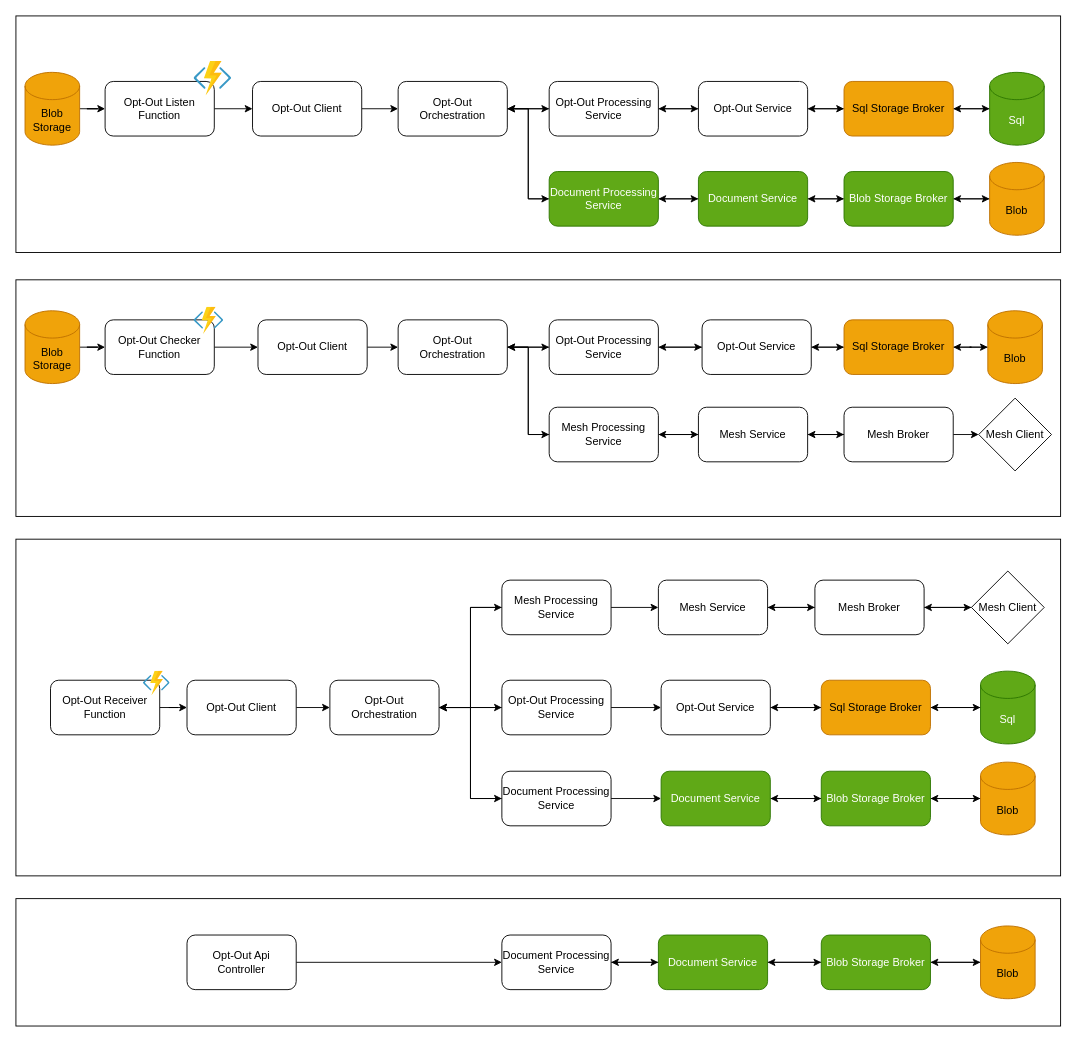
Above: Documentation/Opt-Out/Opt-out.drawio in NHSISL/LondonDataServices (draw.io), before the change. Source tidied: cells renumbered, new cells numbered last; positions are measured from the earlier drawing's top-left corner, leaving out a move shared by most shapes. Both pictures are drawn from the tidied source at 91%, with x=0, y=0 at pixel (15, 15).
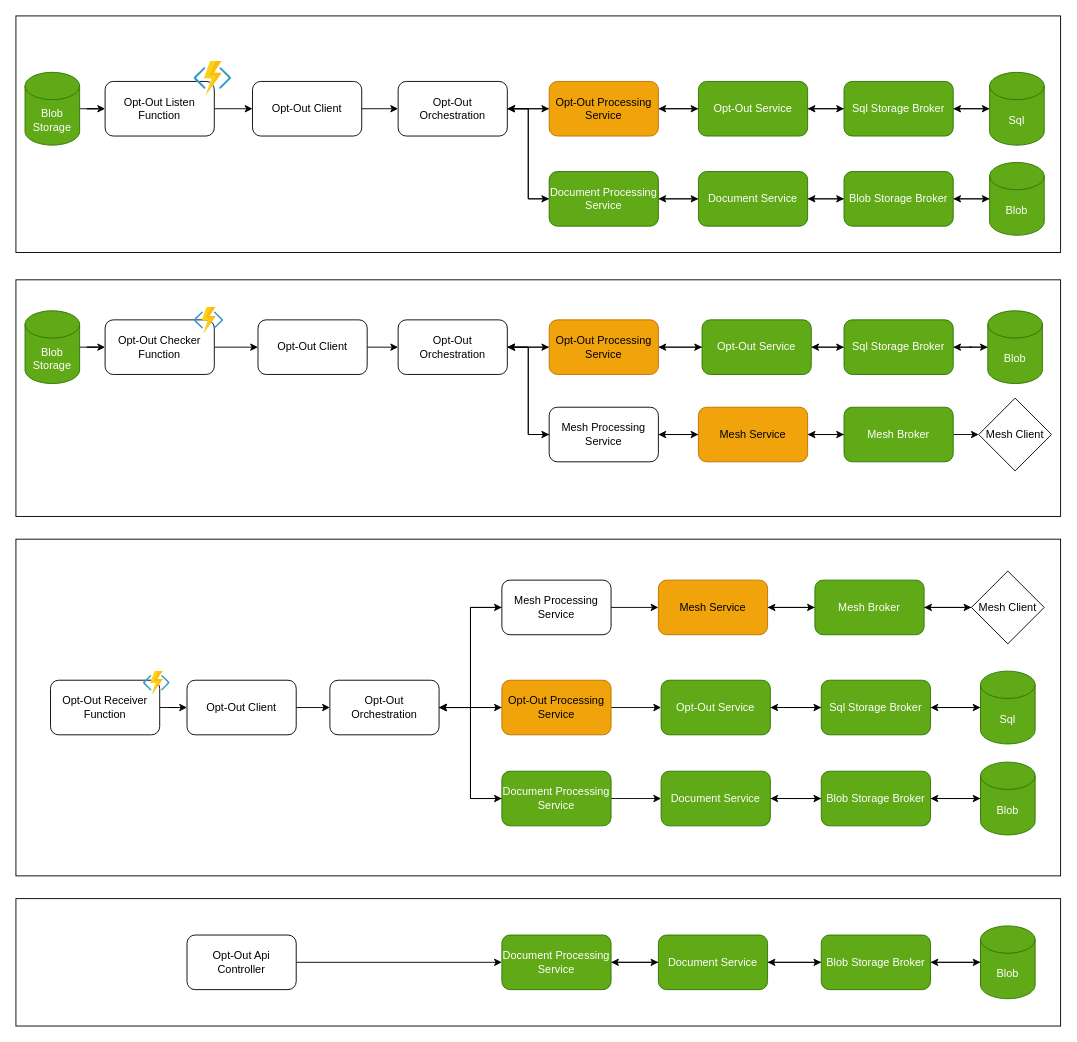
The same page after the edit.

Diff of the diagram source:
```diff
@@
-    <mxCell id="10" value="Blob Storage" style="shape=cylinder3;whiteSpace=wrap;html=1;boundedLbl=1;backgroundOutline=1;size=15;fillColor=#f0a30a;fontColor=#000000;strokeColor=#BD7000;" parent="1" vertex="1">
+    <mxCell id="10" value="Blob Storage" style="shape=cylinder3;whiteSpace=wrap;html=1;boundedLbl=1;backgroundOutline=1;size=15;fillColor=#60a917;fontColor=#ffffff;strokeColor=#2D7600;" parent="1" vertex="1">
       <mxGeometry x="10" y="62" width="60" height="80" as="geometry" />
     </mxCell>
@@
-    <mxCell id="22" value="Mesh Service" style="rounded=1;whiteSpace=wrap;html=1;" parent="1" vertex="1">
+    <mxCell id="22" value="Mesh Service" style="rounded=1;whiteSpace=wrap;html=1;fillColor=#f0a30a;fontColor=#000000;strokeColor=#BD7000;" parent="1" vertex="1">
       <mxGeometry x="706" y="620" width="120" height="60" as="geometry" />
     </mxCell>
@@
-    <mxCell id="25" value="Mesh Broker" style="rounded=1;whiteSpace=wrap;html=1;" parent="1" vertex="1">
+    <mxCell id="25" value="Mesh Broker" style="rounded=1;whiteSpace=wrap;html=1;fillColor=#60a917;fontColor=#ffffff;strokeColor=#2D7600;" parent="1" vertex="1">
       <mxGeometry x="878" y="620" width="120" height="60" as="geometry" />
     </mxCell>
@@
-    <mxCell id="30" value="Opt-Out Service" style="rounded=1;whiteSpace=wrap;html=1;" parent="1" vertex="1">
+    <mxCell id="30" value="Opt-Out Service" style="rounded=1;whiteSpace=wrap;html=1;fillColor=#60a917;fontColor=#ffffff;strokeColor=#2D7600;" parent="1" vertex="1">
       <mxGeometry x="750" y="72" width="120" height="60" as="geometry" />
     </mxCell>
@@
-    <mxCell id="33" value="Sql Storage Broker" style="rounded=1;whiteSpace=wrap;html=1;fillColor=#f0a30a;fontColor=#000000;strokeColor=#BD7000;" parent="1" vertex="1">
+    <mxCell id="33" value="Sql Storage Broker" style="rounded=1;whiteSpace=wrap;html=1;fillColor=#60a917;fontColor=#ffffff;strokeColor=#2D7600;" parent="1" vertex="1">
       <mxGeometry x="910" y="72" width="120" height="60" as="geometry" />
     </mxCell>
@@
-    <mxCell id="37" value="Opt-Out Service" style="rounded=1;whiteSpace=wrap;html=1;" parent="1" vertex="1">
+    <mxCell id="37" value="Opt-Out Service" style="rounded=1;whiteSpace=wrap;html=1;fillColor=#60a917;fontColor=#ffffff;strokeColor=#2D7600;" parent="1" vertex="1">
       <mxGeometry x="709" y="730" width="120" height="60" as="geometry" />
     </mxCell>
@@
-    <mxCell id="40" value="Sql Storage Broker" style="rounded=1;whiteSpace=wrap;html=1;fillColor=#f0a30a;fontColor=#000000;strokeColor=#BD7000;" parent="1" vertex="1">
+    <mxCell id="40" value="Sql Storage Broker" style="rounded=1;whiteSpace=wrap;html=1;fillColor=#60a917;fontColor=#ffffff;strokeColor=#2D7600;" parent="1" vertex="1">
       <mxGeometry x="885" y="730" width="120" height="60" as="geometry" />
     </mxCell>
@@
-    <mxCell id="49" value="Blob" style="shape=cylinder3;whiteSpace=wrap;html=1;boundedLbl=1;backgroundOutline=1;size=15;fillColor=#f0a30a;fontColor=#000000;strokeColor=#BD7000;" parent="1" vertex="1">
+    <mxCell id="49" value="Blob" style="shape=cylinder3;whiteSpace=wrap;html=1;boundedLbl=1;backgroundOutline=1;size=15;fillColor=#60a917;fontColor=#ffffff;strokeColor=#2D7600;" parent="1" vertex="1">
       <mxGeometry x="1060" y="820" width="60" height="80" as="geometry" />
     </mxCell>
@@
-    <mxCell id="57" value="Blob" style="shape=cylinder3;whiteSpace=wrap;html=1;boundedLbl=1;backgroundOutline=1;size=15;fillColor=#f0a30a;fontColor=#000000;strokeColor=#BD7000;" parent="1" vertex="1">
+    <mxCell id="57" value="Blob" style="shape=cylinder3;whiteSpace=wrap;html=1;boundedLbl=1;backgroundOutline=1;size=15;fillColor=#60a917;fontColor=#ffffff;strokeColor=#2D7600;" parent="1" vertex="1">
       <mxGeometry x="1060" y="1000" width="60" height="80" as="geometry" />
     </mxCell>
@@
-    <mxCell id="62" value="Opt-Out Processing Service" style="rounded=1;whiteSpace=wrap;html=1;" parent="1" vertex="1">
+    <mxCell id="62" value="Opt-Out Processing Service" style="rounded=1;whiteSpace=wrap;html=1;fillColor=#f0a30a;fontColor=#000000;strokeColor=#BD7000;" parent="1" vertex="1">
       <mxGeometry x="586" y="72" width="120" height="60" as="geometry" />
     </mxCell>
@@
-    <mxCell id="65" value="Mesh Service" style="rounded=1;whiteSpace=wrap;html=1;" parent="1" vertex="1">
+    <mxCell id="65" value="Mesh Service" style="rounded=1;whiteSpace=wrap;html=1;fillColor=#f0a30a;fontColor=#000000;strokeColor=#BD7000;" parent="1" vertex="1">
       <mxGeometry x="750" y="430" width="120" height="60" as="geometry" />
     </mxCell>
@@
-    <mxCell id="68" value="Mesh Broker" style="rounded=1;whiteSpace=wrap;html=1;" parent="1" vertex="1">
+    <mxCell id="68" value="Mesh Broker" style="rounded=1;whiteSpace=wrap;html=1;fillColor=#60a917;fontColor=#ffffff;strokeColor=#2D7600;" parent="1" vertex="1">
       <mxGeometry x="910" y="430" width="120" height="60" as="geometry" />
     </mxCell>
@@
-    <mxCell id="82" value="Blob" style="shape=cylinder3;whiteSpace=wrap;html=1;boundedLbl=1;backgroundOutline=1;size=15;fillColor=#f0a30a;fontColor=#000000;strokeColor=#BD7000;" parent="1" vertex="1">
+    <mxCell id="82" value="Blob" style="shape=cylinder3;whiteSpace=wrap;html=1;boundedLbl=1;backgroundOutline=1;size=15;fillColor=#60a917;fontColor=#ffffff;strokeColor=#2D7600;" parent="1" vertex="1">
       <mxGeometry x="1070" y="161" width="60" height="80" as="geometry" />
     </mxCell>
@@
-    <mxCell id="87" value="Blob Storage" style="shape=cylinder3;whiteSpace=wrap;html=1;boundedLbl=1;backgroundOutline=1;size=15;fillColor=#f0a30a;fontColor=#000000;strokeColor=#BD7000;" parent="1" vertex="1">
+    <mxCell id="87" value="Blob Storage" style="shape=cylinder3;whiteSpace=wrap;html=1;boundedLbl=1;backgroundOutline=1;size=15;fillColor=#60a917;fontColor=#ffffff;strokeColor=#2D7600;" parent="1" vertex="1">
       <mxGeometry x="10" y="324" width="60" height="80" as="geometry" />
     </mxCell>
@@
-    <mxCell id="93" value="Opt-Out Service" style="rounded=1;whiteSpace=wrap;html=1;" parent="1" vertex="1">
+    <mxCell id="93" value="Opt-Out Service" style="rounded=1;whiteSpace=wrap;html=1;fillColor=#60a917;fontColor=#ffffff;strokeColor=#2D7600;" parent="1" vertex="1">
       <mxGeometry x="754" y="334" width="120" height="60" as="geometry" />
     </mxCell>
@@
-    <mxCell id="96" value="Sql Storage Broker" style="rounded=1;whiteSpace=wrap;html=1;fillColor=#f0a30a;fontColor=#000000;strokeColor=#BD7000;" parent="1" vertex="1">
+    <mxCell id="96" value="Sql Storage Broker" style="rounded=1;whiteSpace=wrap;html=1;fillColor=#60a917;fontColor=#ffffff;strokeColor=#2D7600;" parent="1" vertex="1">
       <mxGeometry x="910" y="334" width="120" height="60" as="geometry" />
     </mxCell>
@@
-    <mxCell id="98" value="Blob" style="shape=cylinder3;whiteSpace=wrap;html=1;boundedLbl=1;backgroundOutline=1;size=15;fillColor=#f0a30a;fontColor=#000000;strokeColor=#BD7000;" parent="1" vertex="1">
+    <mxCell id="98" value="Blob" style="shape=cylinder3;whiteSpace=wrap;html=1;boundedLbl=1;backgroundOutline=1;size=15;fillColor=#60a917;fontColor=#ffffff;strokeColor=#2D7600;" parent="1" vertex="1">
       <mxGeometry x="1068" y="324" width="60" height="80" as="geometry" />
     </mxCell>
@@
-    <mxCell id="101" value="Opt-Out Processing Service" style="rounded=1;whiteSpace=wrap;html=1;" parent="1" vertex="1">
+    <mxCell id="101" value="Opt-Out Processing Service" style="rounded=1;whiteSpace=wrap;html=1;fillColor=#f0a30a;fontColor=#000000;strokeColor=#BD7000;" parent="1" vertex="1">
       <mxGeometry x="586" y="334" width="120" height="60" as="geometry" />
     </mxCell>
@@
-    <mxCell id="108" value="Opt-Out Processing Service" style="rounded=1;whiteSpace=wrap;html=1;" parent="1" vertex="1">
+    <mxCell id="108" value="Opt-Out Processing Service" style="rounded=1;whiteSpace=wrap;html=1;fillColor=#f0a30a;fontColor=#000000;strokeColor=#BD7000;" parent="1" vertex="1">
       <mxGeometry x="534" y="730" width="120" height="60" as="geometry" />
     </mxCell>
@@
-    <mxCell id="111" value="Document Processing Service" style="rounded=1;whiteSpace=wrap;html=1;" parent="1" vertex="1">
+    <mxCell id="111" value="Document Processing Service" style="rounded=1;whiteSpace=wrap;html=1;fillColor=#60a917;fontColor=#ffffff;strokeColor=#2D7600;" parent="1" vertex="1">
       <mxGeometry x="534" y="830" width="120" height="60" as="geometry" />
     </mxCell>
@@
-    <mxCell id="113" value="Document Processing Service" style="rounded=1;whiteSpace=wrap;html=1;" parent="1" vertex="1">
+    <mxCell id="113" value="Document Processing Service" style="rounded=1;whiteSpace=wrap;html=1;fillColor=#60a917;fontColor=#ffffff;strokeColor=#2D7600;" parent="1" vertex="1">
       <mxGeometry x="534" y="1010" width="120" height="60" as="geometry" />
     </mxCell>
```
